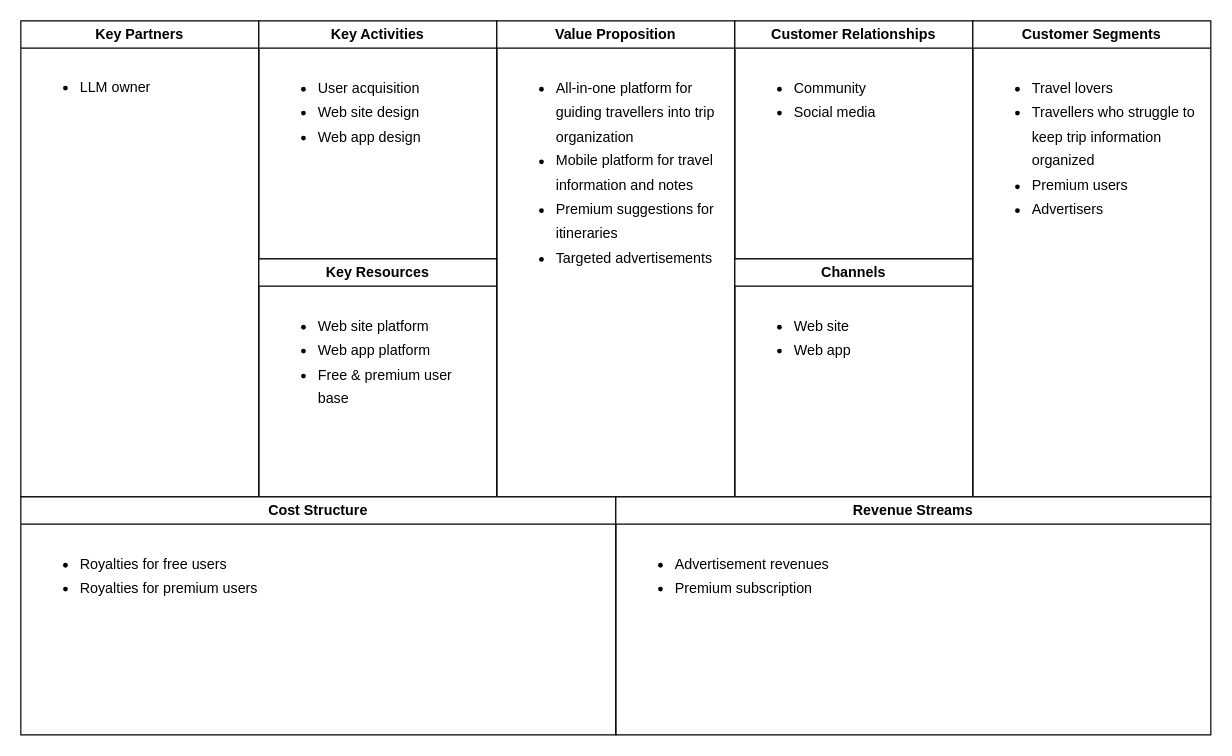
DiscoverWithAI/discoverwithai.github.io keeps this draw.io diagram as documents/assets/business-model.drawio. Above is the earlier version. Source tidied: cells renumbered, new cells numbered last; positions are measured from the earlier drawing's top-left corner, leaving out a move shared by most shapes. Both pictures are drawn from the tidied source at 119%, with x=0, y=0 at pixel (20, 20).
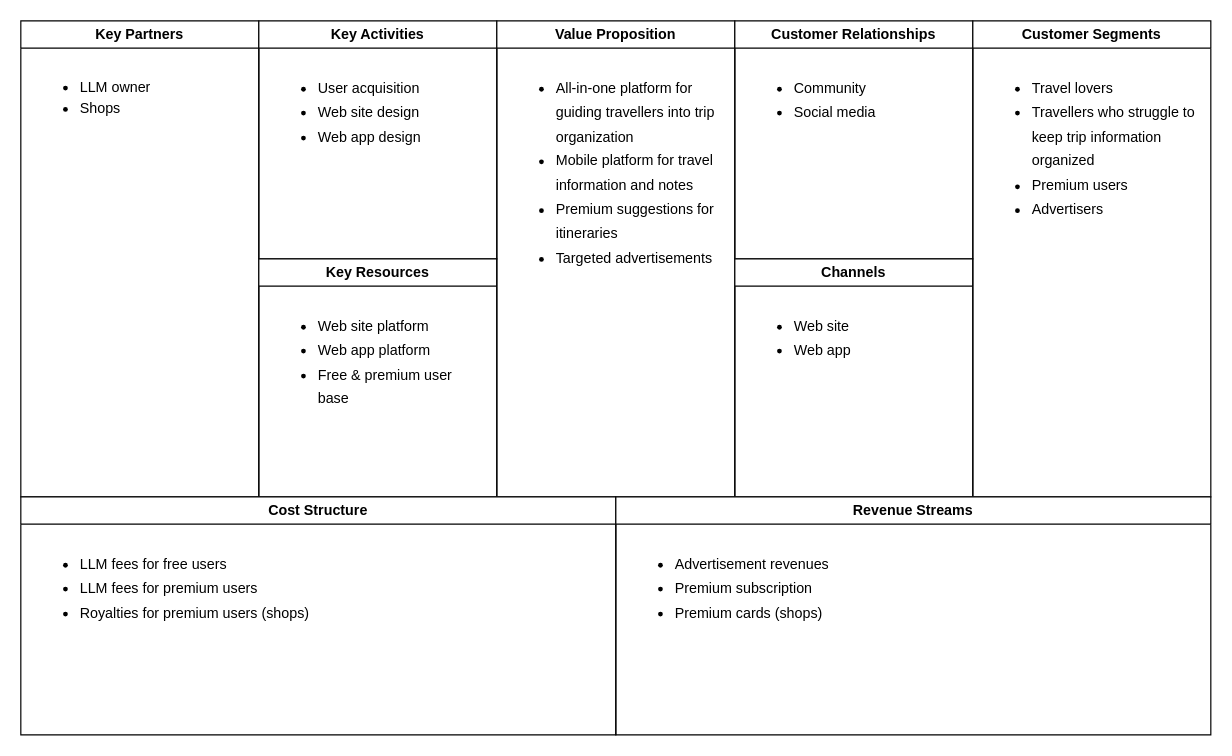
The same diagram, later.

Commit message (it also covers changes not shown here):
costs fixed in business model

Diff of the diagram source:
```diff
@@
 <mxGraphModel>
   <root>
     <mxCell id="0" />
     <mxCell id="1" parent="0" />
     <mxCell id="2" value="Key Partners" style="swimlane;whiteSpace=wrap;html=1;" parent="1" vertex="1">
       <mxGeometry width="200" height="400" as="geometry" />
     </mxCell>
-    <mxCell id="3" value="&lt;ul style=&quot;line-height: 150%;&quot;&gt;&lt;li&gt;&lt;span&gt;LLM owner&lt;/span&gt;&lt;/li&gt;&lt;/ul&gt;" style="text;strokeColor=none;fillColor=none;html=1;whiteSpace=wrap;verticalAlign=top;overflow=hidden;spacing=0;" parent="2" vertex="1">
+    <mxCell id="3" value="&lt;ul style=&quot;line-height: 150%;&quot;&gt;&lt;li&gt;&lt;span&gt;LLM owner&lt;/span&gt;&lt;/li&gt;&lt;li&gt;&lt;span&gt;Shops&lt;/span&gt;&lt;/li&gt;&lt;/ul&gt;" style="text;strokeColor=none;fillColor=none;html=1;whiteSpace=wrap;verticalAlign=top;overflow=hidden;spacing=0;" parent="2" vertex="1">
       <mxGeometry x="10" y="30" width="180" height="80" as="geometry" />
     </mxCell>
     <mxCell id="4" value="Key Activities" style="swimlane;whiteSpace=wrap;html=1;" parent="1" vertex="1">
       <mxGeometry x="200" width="200" height="200" as="geometry" />
     </mxCell>
     <mxCell id="5" value="&lt;ul style=&quot;line-height: 170%;&quot;&gt;&lt;li&gt;User acquisition&lt;/li&gt;&lt;li&gt;Web site design&lt;/li&gt;&lt;li&gt;Web app design&lt;/li&gt;&lt;/ul&gt;" style="text;strokeColor=none;fillColor=none;html=1;whiteSpace=wrap;verticalAlign=top;overflow=hidden;spacing=0;" parent="4" vertex="1">
       <mxGeometry x="10" y="30" width="180" height="160" as="geometry" />
     </mxCell>
     <mxCell id="6" value="Key Resources" style="swimlane;whiteSpace=wrap;html=1;" parent="1" vertex="1">
       <mxGeometry x="200" y="200" width="200" height="200" as="geometry" />
     </mxCell>
     <mxCell id="7" value="&lt;ul style=&quot;line-height: 170%;&quot;&gt;&lt;li&gt;Web site platform&lt;/li&gt;&lt;li&gt;Web app platform&lt;/li&gt;&lt;li&gt;Free &amp;amp; premium user base&lt;/li&gt;&lt;/ul&gt;" style="text;strokeColor=none;fillColor=none;html=1;whiteSpace=wrap;verticalAlign=top;overflow=hidden;spacing=0;" parent="6" vertex="1">
       <mxGeometry x="10" y="30" width="180" height="160" as="geometry" />
     </mxCell>
     <mxCell id="8" value="Value Proposition" style="swimlane;whiteSpace=wrap;html=1;" parent="1" vertex="1">
       <mxGeometry x="400" width="200" height="400" as="geometry" />
     </mxCell>
     <mxCell id="9" value="&lt;ul style=&quot;line-height: 170%;&quot;&gt;&lt;li&gt;All-in-one platform for guiding travellers into trip organization&lt;/li&gt;&lt;li&gt;Mobile platform for travel information and notes&lt;/li&gt;&lt;li&gt;Premium suggestions for itineraries&lt;/li&gt;&lt;li&gt;Targeted advertisements&lt;/li&gt;&lt;/ul&gt;" style="text;strokeColor=none;fillColor=none;html=1;whiteSpace=wrap;verticalAlign=top;overflow=hidden;spacing=0;" parent="8" vertex="1">
       <mxGeometry x="10" y="30" width="180" height="240" as="geometry" />
     </mxCell>
     <mxCell id="10" value="Customer Relationships" style="swimlane;whiteSpace=wrap;html=1;" parent="1" vertex="1">
       <mxGeometry x="600" width="200" height="200" as="geometry" />
     </mxCell>
     <mxCell id="11" value="&lt;ul style=&quot;line-height: 170%;&quot;&gt;&lt;li&gt;Community&lt;/li&gt;&lt;li&gt;Social media&lt;/li&gt;&lt;/ul&gt;" style="text;strokeColor=none;fillColor=none;html=1;whiteSpace=wrap;verticalAlign=top;overflow=hidden;spacing=0;" parent="10" vertex="1">
       <mxGeometry x="10" y="30" width="180" height="160" as="geometry" />
     </mxCell>
     <mxCell id="12" value="Channels" style="swimlane;whiteSpace=wrap;html=1;" parent="1" vertex="1">
       <mxGeometry x="600" y="200" width="200" height="200" as="geometry" />
     </mxCell>
     <mxCell id="13" value="&lt;ul style=&quot;line-height: 170%;&quot;&gt;&lt;li&gt;Web site&lt;/li&gt;&lt;li&gt;Web app&lt;/li&gt;&lt;/ul&gt;" style="text;strokeColor=none;fillColor=none;html=1;whiteSpace=wrap;verticalAlign=top;overflow=hidden;spacing=0;" parent="12" vertex="1">
       <mxGeometry x="10" y="30" width="180" height="160" as="geometry" />
     </mxCell>
     <mxCell id="14" value="Customer Segments" style="swimlane;whiteSpace=wrap;html=1;" parent="1" vertex="1">
       <mxGeometry x="800" width="200" height="400" as="geometry" />
     </mxCell>
     <mxCell id="15" value="&lt;ul style=&quot;line-height: 170%;&quot;&gt;&lt;li&gt;Travel lovers&lt;/li&gt;&lt;li&gt;Travellers who struggle to keep trip information organized&lt;/li&gt;&lt;li&gt;Premium users&lt;/li&gt;&lt;li&gt;Advertisers&lt;/li&gt;&lt;/ul&gt;" style="text;strokeColor=none;fillColor=none;html=1;whiteSpace=wrap;verticalAlign=top;overflow=hidden;spacing=0;" parent="14" vertex="1">
       <mxGeometry x="10" y="30" width="180" height="160" as="geometry" />
     </mxCell>
     <mxCell id="16" value="Cost Structure" style="swimlane;whiteSpace=wrap;html=1;" parent="1" vertex="1">
       <mxGeometry y="400" width="500" height="200" as="geometry" />
     </mxCell>
-    <mxCell id="17" value="&lt;ul style=&quot;line-height: 170%;&quot;&gt;&lt;li&gt;Royalties for free users&lt;/li&gt;&lt;li&gt;Royalties for premium users&lt;/li&gt;&lt;/ul&gt;" style="text;strokeColor=none;fillColor=none;html=1;whiteSpace=wrap;verticalAlign=top;overflow=hidden;spacing=0;" parent="16" vertex="1">
+    <mxCell id="17" value="&lt;ul style=&quot;line-height: 170%;&quot;&gt;&lt;li&gt;LLM fees for free users&lt;/li&gt;&lt;li&gt;LLM fees for premium users&lt;/li&gt;&lt;li&gt;Royalties for premium users (shops)&lt;/li&gt;&lt;/ul&gt;" style="text;strokeColor=none;fillColor=none;html=1;whiteSpace=wrap;verticalAlign=top;overflow=hidden;spacing=0;" parent="16" vertex="1">
       <mxGeometry x="10" y="30" width="480" height="160" as="geometry" />
     </mxCell>
     <mxCell id="18" value="Revenue Streams" style="swimlane;whiteSpace=wrap;html=1;" parent="1" vertex="1">
       <mxGeometry x="500" y="400" width="500" height="200" as="geometry" />
     </mxCell>
-    <mxCell id="19" value="&lt;ul style=&quot;line-height: 170%;&quot;&gt;&lt;li&gt;Advertisement revenues&lt;/li&gt;&lt;li&gt;Premium subscription&lt;/li&gt;&lt;/ul&gt;" style="text;strokeColor=none;fillColor=none;html=1;whiteSpace=wrap;verticalAlign=top;overflow=hidden;spacing=0;" parent="18" vertex="1">
+    <mxCell id="19" value="&lt;ul style=&quot;line-height: 170%;&quot;&gt;&lt;li&gt;Advertisement revenues&lt;/li&gt;&lt;li&gt;Premium subscription&lt;/li&gt;&lt;li&gt;Premium cards (shops)&lt;/li&gt;&lt;/ul&gt;" style="text;strokeColor=none;fillColor=none;html=1;whiteSpace=wrap;verticalAlign=top;overflow=hidden;spacing=0;" parent="18" vertex="1">
       <mxGeometry x="10" y="30" width="480" height="160" as="geometry" />
     </mxCell>
   </root>
 </mxGraphModel>
```
